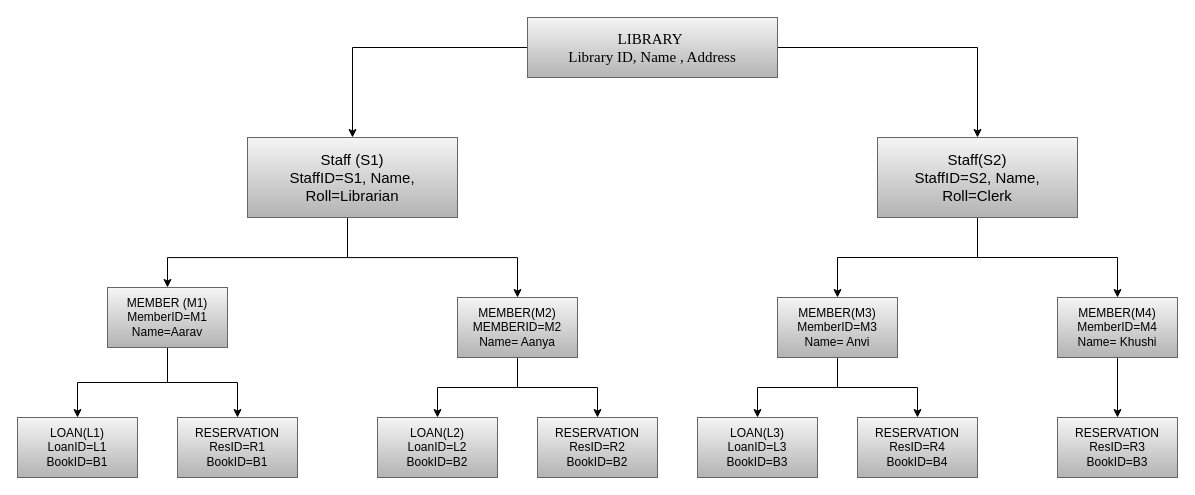
SuryaRao-19/DBMS_Sem-3 keeps this draw.io diagram as Lab-1/Untitled Diagram.drawio. Above is the earlier version. Source tidied: cells renumbered, new cells numbered last; positions are measured from the earlier drawing's top-left corner, leaving out a move shared by most shapes. Both pictures are drawn from the tidied source at 100%, with x=0, y=0 at pixel (17, 17).
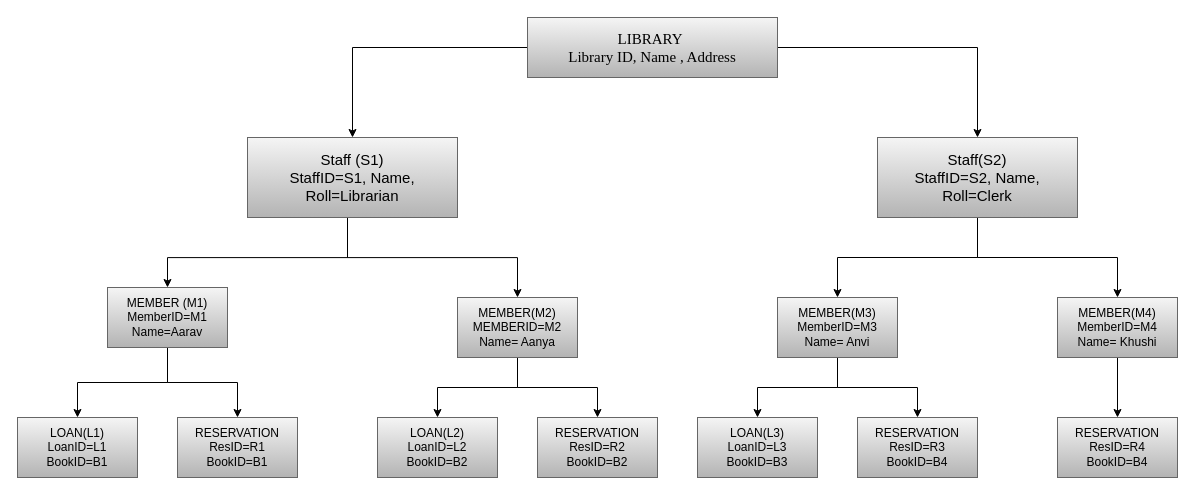
Above is the later version.

The edit, as a diff of the source:
```diff
@@
-    <mxCell id="27" value="RESERVATION&lt;div&gt;ResID=R3&lt;/div&gt;&lt;div&gt;BookID=B3&lt;/div&gt;" style="rounded=0;whiteSpace=wrap;html=1;fillColor=#f5f5f5;gradientColor=#b3b3b3;strokeColor=#666666;" parent="1" vertex="1">
+    <mxCell id="27" value="RESERVATION&lt;div&gt;ResID=R4&lt;/div&gt;&lt;div&gt;BookID=B4&lt;/div&gt;" style="rounded=0;whiteSpace=wrap;html=1;fillColor=#f5f5f5;gradientColor=#b3b3b3;strokeColor=#666666;" parent="1" vertex="1">
       <mxGeometry x="1040" y="400" width="120" height="60" as="geometry" />
     </mxCell>
-    <mxCell id="28" value="RESERVATION&lt;div&gt;ResID=R4&lt;/div&gt;&lt;div&gt;BookID=B4&lt;/div&gt;" style="rounded=0;whiteSpace=wrap;html=1;fillColor=#f5f5f5;gradientColor=#b3b3b3;strokeColor=#666666;" parent="1" vertex="1">
+    <mxCell id="28" value="RESERVATION&lt;div&gt;ResID=R3&lt;/div&gt;&lt;div&gt;BookID=B4&lt;/div&gt;" style="rounded=0;whiteSpace=wrap;html=1;fillColor=#f5f5f5;gradientColor=#b3b3b3;strokeColor=#666666;" parent="1" vertex="1">
       <mxGeometry x="840" y="400" width="120" height="60" as="geometry" />
     </mxCell>
```
